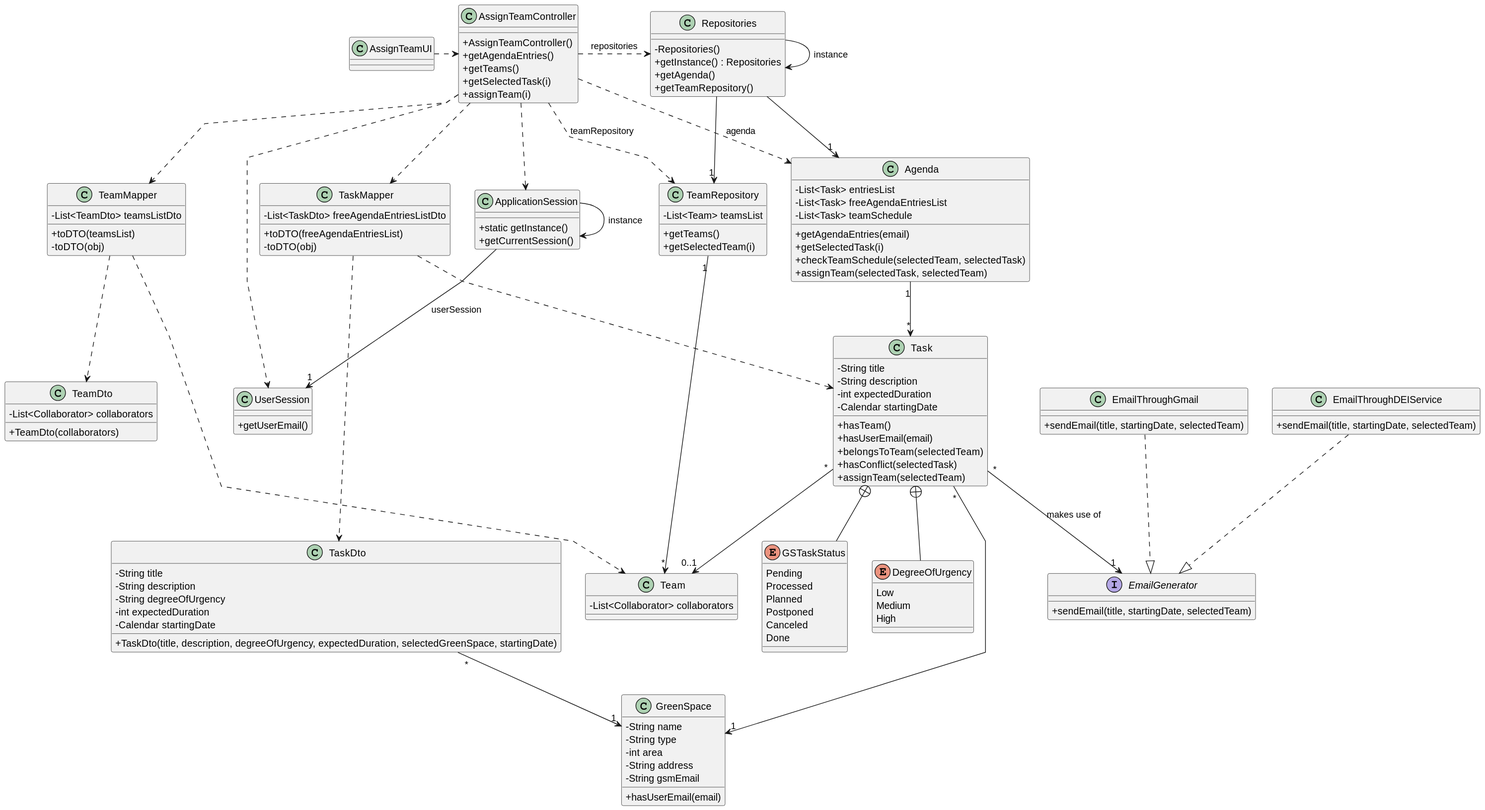
Departamento-de-Engenharia-Informatica/lei-24-s2-1dm-g132 keeps this PlantUML diagram as docs/sprintC/us023/03.design/svg/us023-class-diagram.svg. Above is the earlier version.
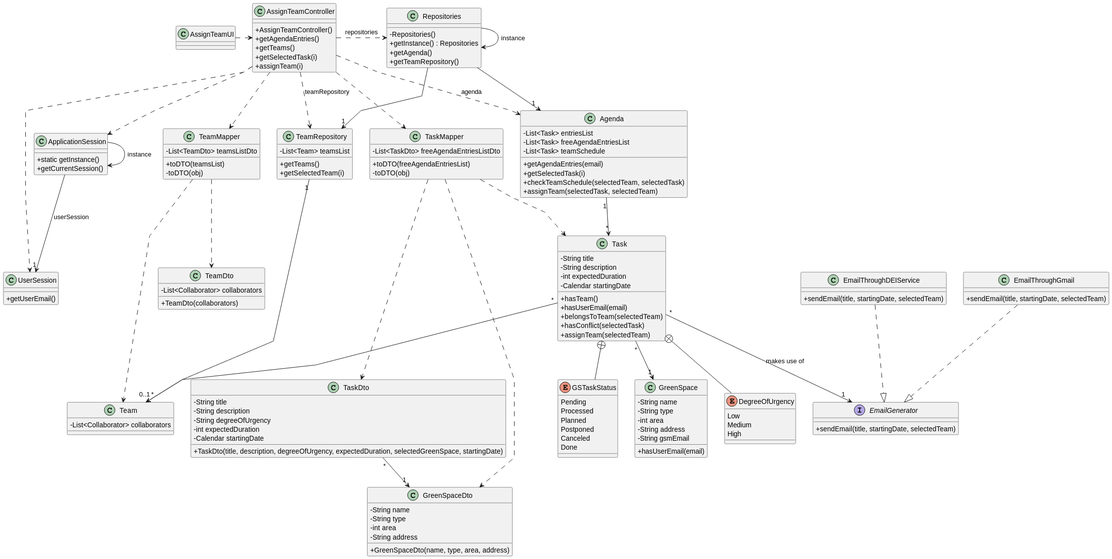
The same file after the commit.

Commit message:
US21, 22 and 23 class diagram minor correction

Change to the diagram source:
```diff
@@ -65,6 +65,15 @@
     - int expectedDuration
     - Calendar startingDate
     + TaskDto(title, description, degreeOfUrgency, expectedDuration, selectedGreenSpace, startingDate)
+}
+
+class GreenSpaceDto
+{
+    - String name
+    - String type
+    - int area
+    - String address
+    + GreenSpaceDto(name, type, area, address)
 }
 
 class Task
@@ -175,10 +184,11 @@
 TaskMapper ..> Task
 
 Task "*" --> "1" GreenSpace
-TaskDto "*" --> "1" GreenSpace
+TaskDto "*" --> "1" GreenSpaceDto
 
 TeamMapper ..> TeamDto
 TeamMapper ..> Team
+TaskMapper ..> GreenSpaceDto
 
 Task "*" --> "0..1" Team
 
```
